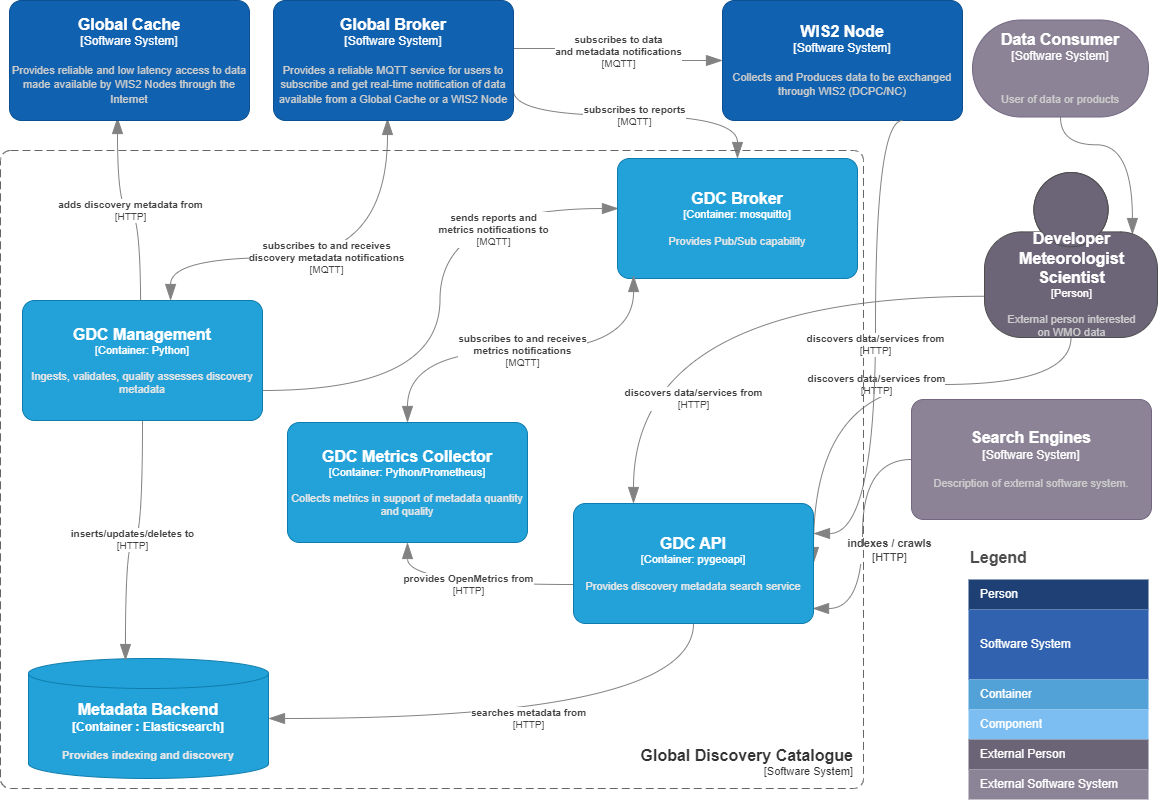
Above: docs/architecture/c4.container.png in wmo-im/wis2-gdc (draw.io), before the change. Source tidied: cells renumbered, new cells last; positions are measured from the earlier drawing's top-left corner, leaving out a move shared by most shapes.
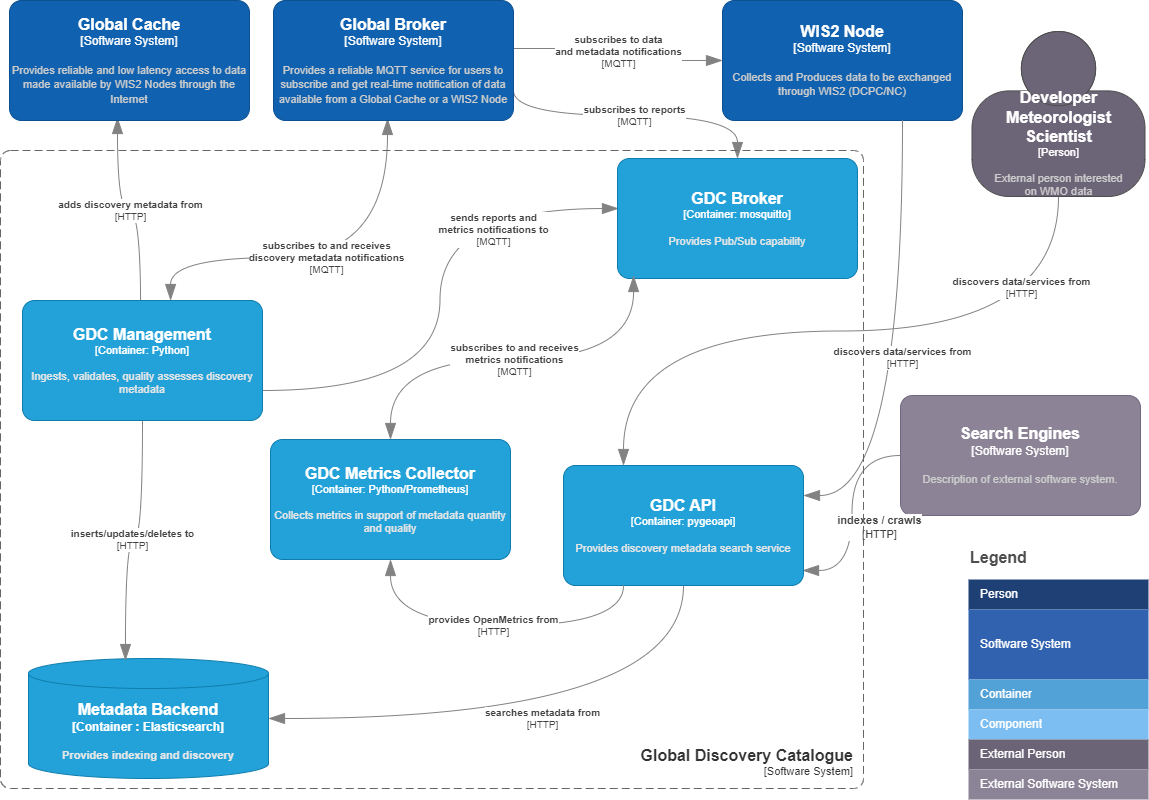
Above is the later version.

Commit message:
update architecture diagram

Diff of the diagram source:
```diff
@@ -2,21 +2,6 @@
   <root>
     <mxCell id="0" />
     <mxCell id="1" parent="0" />
-    <object id="2" label="&lt;font style=&quot;font-size: 16px&quot;&gt;&lt;b&gt;%c4Name%&lt;/b&gt;&lt;/font&gt;&lt;div&gt;[%c4Type%]&lt;/div&gt;&lt;br&gt;&lt;div&gt;&lt;font style=&quot;font-size: 11px&quot;&gt;&lt;font color=&quot;#cccccc&quot;&gt;%c4Description%&lt;/font&gt;&lt;/div&gt;" c4Description="&#10;User of data or products" c4Name="Data Consumer" c4Type="Software System" placeholders="1">
-      <mxCell style="rounded=1;whiteSpace=wrap;html=1;labelBackgroundColor=none;fillColor=#8C8496;fontColor=#ffffff;align=center;arcSize=50;strokeColor=#736782;points=[[0.25,0,0],[0.5,0,0],[0.75,0,0],[1,0.25,0],[1,0.5,0],[1,0.75,0],[0.75,1,0],[0.5,1,0],[0.25,1,0],[0,0.75,0],[0,0.5,0],[0,0.25,0]];" parent="1" vertex="1">
-        <mxGeometry x="972" y="19.5" width="176" height="97" as="geometry" />
-      </mxCell>
-    </object>
-    <object id="3" label="&lt;div style=&quot;text-align: left&quot;&gt;&lt;div style=&quot;text-align: center&quot;&gt;&lt;b&gt;%c4Description%&lt;/b&gt;&lt;/div&gt;&lt;div style=&quot;text-align: center&quot;&gt;[%c4Technology%]&lt;/div&gt;&lt;/div&gt;" c4Description="discovers data/services from" c4Technology="HTTP" c4Type="Relationship" placeholders="1">
-      <mxCell style="endArrow=blockThin;html=1;fontSize=10;fontColor=#404040;strokeWidth=1;endFill=1;strokeColor=#828282;elbow=vertical;endSize=14;startSize=14;jumpStyle=arc;jumpSize=16;rounded=0;edgeStyle=orthogonalEdgeStyle;curved=1;exitX=0.5;exitY=1;exitDx=0;exitDy=0;exitPerimeter=0;entryX=1;entryY=0.5;entryDx=0;entryDy=0;entryPerimeter=0;" parent="1" edge="1" source="29" target="25">
-        <mxGeometry relative="1" as="geometry">
-          <Array as="points">
-            <mxPoint x="1071" y="384" />
-            <mxPoint x="813" y="384" />
-          </Array>
-        </mxGeometry>
-      </mxCell>
-    </object>
     <mxCell id="4" value="Legend" style="align=left;fontSize=16;fontStyle=1;strokeColor=none;fillColor=none;fontColor=#4D4D4D;spacingTop=-8;" parent="1" vertex="1">
       <mxGeometry x="968" y="545" width="180" height="30" as="geometry" />
     </mxCell>
@@ -42,8 +27,8 @@
       <mxGeometry y="190" width="180" height="30" as="geometry" />
     </mxCell>
     <object id="12" label="&lt;div style=&quot;text-align: left&quot;&gt;&lt;div style=&quot;text-align: center&quot;&gt;&lt;b&gt;%c4Description%&lt;/b&gt;&lt;/div&gt;&lt;div style=&quot;text-align: center&quot;&gt;[%c4Technology%]&lt;/div&gt;&lt;/div&gt;" c4Description="discovers data/services from" c4Technology="HTTP" c4Type="Relationship" placeholders="1">
-      <mxCell style="endArrow=blockThin;html=1;fontSize=10;fontColor=#404040;strokeWidth=1;endFill=1;strokeColor=#828282;elbow=vertical;endSize=14;startSize=14;jumpStyle=arc;jumpSize=16;rounded=0;edgeStyle=orthogonalEdgeStyle;curved=1;exitX=0;exitY=0.75;exitDx=0;exitDy=0;exitPerimeter=0;entryX=0.25;entryY=0;entryDx=0;entryDy=0;entryPerimeter=0;" parent="1" edge="1" source="29" target="25">
-        <mxGeometry x="0.62" y="60" relative="1" as="geometry" />
+      <mxCell style="endArrow=blockThin;html=1;fontSize=10;fontColor=#404040;strokeWidth=1;endFill=1;strokeColor=#828282;elbow=vertical;endSize=14;startSize=14;jumpStyle=arc;jumpSize=16;rounded=0;edgeStyle=orthogonalEdgeStyle;curved=1;exitX=0.5;exitY=1;exitDx=0;exitDy=0;exitPerimeter=0;entryX=0.25;entryY=0;entryDx=0;entryDy=0;entryPerimeter=0;" parent="1" edge="1" source="29" target="25">
+        <mxGeometry x="-0.74" y="-37" relative="1" as="geometry" />
       </mxCell>
     </object>
     <object id="13" label="&lt;div style=&quot;text-align: left; font-size: 10px;&quot;&gt;&lt;div style=&quot;text-align: center; font-size: 10px;&quot;&gt;&lt;b style=&quot;font-size: 10px;&quot;&gt;%c4Description%&lt;/b&gt;&lt;/div&gt;&lt;div style=&quot;text-align: center; font-size: 10px;&quot;&gt;[%c4Technology%]&lt;/div&gt;&lt;/div&gt;" c4Description="adds discovery metadata from" c4Technology="HTTP" c4Type="Relationship" placeholders="1">
@@ -53,7 +38,7 @@
     </object>
     <object id="14" label="&lt;font style=&quot;font-size: 16px&quot;&gt;&lt;b&gt;%c4Name%&lt;/b&gt;&lt;/font&gt;&lt;div&gt;[%c4Type%]&lt;/div&gt;&lt;br&gt;&lt;div&gt;&lt;font style=&quot;font-size: 11px&quot;&gt;&lt;font color=&quot;#cccccc&quot;&gt;%c4Description%&lt;/font&gt;&lt;/div&gt;" c4Description="Description of external software system." c4Name="Search Engines" c4Type="Software System" placeholders="1">
       <mxCell style="rounded=1;whiteSpace=wrap;html=1;labelBackgroundColor=none;fillColor=#8C8496;fontColor=#ffffff;align=center;arcSize=10;strokeColor=#736782;points=[[0.25,0,0],[0.5,0,0],[0.75,0,0],[1,0.25,0],[1,0.5,0],[1,0.75,0],[0.75,1,0],[0.5,1,0],[0.25,1,0],[0,0.75,0],[0,0.5,0],[0,0.25,0]];" parent="1" vertex="1">
-        <mxGeometry x="911" y="399" width="240" height="120" as="geometry" />
+        <mxGeometry x="900" y="395" width="240" height="120" as="geometry" />
       </mxCell>
     </object>
     <object id="15" label="&lt;div style=&quot;text-align: left; font-size: 11px;&quot;&gt;&lt;div style=&quot;text-align: center; font-size: 11px;&quot;&gt;&lt;b style=&quot;font-size: 11px;&quot;&gt;%c4Description%&lt;/b&gt;&lt;/div&gt;&lt;div style=&quot;text-align: center; font-size: 11px;&quot;&gt;[%c4Technology%]&lt;/div&gt;&lt;/div&gt;" c4Description="indexes / crawls" c4Technology="HTTP" c4Type="Relationship" placeholders="1">
@@ -93,12 +78,7 @@
     </object>
     <object id="21" label="&lt;div style=&quot;text-align: left&quot;&gt;&lt;div style=&quot;text-align: center&quot;&gt;&lt;b&gt;%c4Description%&lt;/b&gt;&lt;/div&gt;&lt;div style=&quot;text-align: center&quot;&gt;[%c4Technology%]&lt;/div&gt;&lt;/div&gt;" c4Description="discovers data/services from" c4Technology="HTTP" c4Type="Relationship" placeholders="1">
       <mxCell style="endArrow=blockThin;html=1;fontSize=10;fontColor=#404040;strokeWidth=1;endFill=1;strokeColor=#828282;elbow=vertical;endSize=14;startSize=14;jumpStyle=arc;jumpSize=16;rounded=0;edgeStyle=orthogonalEdgeStyle;exitX=0.75;exitY=1;exitDx=0;exitDy=0;exitPerimeter=0;entryX=1;entryY=0.25;entryDx=0;entryDy=0;entryPerimeter=0;curved=1;" parent="1" edge="1" source="20" target="25">
-        <mxGeometry relative="1" as="geometry">
-          <Array as="points">
-            <mxPoint x="875" y="120" />
-            <mxPoint x="875" y="533" />
-          </Array>
-        </mxGeometry>
+        <mxGeometry relative="1" as="geometry" />
       </mxCell>
     </object>
     <object id="22" label="&lt;div style=&quot;text-align: left&quot;&gt;&lt;div style=&quot;text-align: center&quot;&gt;&lt;b&gt;%c4Description%&lt;/b&gt;&lt;/div&gt;&lt;div style=&quot;text-align: center&quot;&gt;[%c4Technology%]&lt;/div&gt;&lt;/div&gt;" c4Description="subscribes to data&#10;and metadata notifications" c4Technology="MQTT" c4Type="Relationship" placeholders="1">
@@ -123,7 +103,7 @@
     </object>
     <object id="25" label="&lt;font style=&quot;font-size: 16px&quot;&gt;&lt;b&gt;%c4Name%&lt;/b&gt;&lt;/font&gt;&lt;div&gt;[%c4Type%: %c4Technology%]&lt;/div&gt;&lt;br&gt;&lt;div&gt;&lt;font style=&quot;font-size: 11px&quot;&gt;&lt;font color=&quot;#E6E6E6&quot;&gt;%c4Description%&lt;/font&gt;&lt;/div&gt;" c4Description="Provides discovery metadata search service" c4Name="GDC API" c4Technology="pygeoapi" c4Type="Container" placeholders="1">
       <mxCell style="rounded=1;whiteSpace=wrap;html=1;fontSize=11;labelBackgroundColor=none;fillColor=#23A2D9;fontColor=#ffffff;align=center;arcSize=10;strokeColor=#0E7DAD;points=[[0.25,0,0],[0.5,0,0],[0.75,0,0],[1,0.25,0],[1,0.5,0],[1,0.75,0],[0.75,1,0],[0.5,1,0],[0.25,1,0],[0,0.75,0],[0,0.5,0],[0,0.25,0]];" parent="1" vertex="1">
-        <mxGeometry x="573" y="503" width="240" height="120" as="geometry" />
+        <mxGeometry x="563" y="465" width="240" height="120" as="geometry" />
       </mxCell>
     </object>
     <object id="26" label="&lt;font style=&quot;font-size: 16px&quot;&gt;&lt;b&gt;%c4Name%&lt;/b&gt;&lt;/font&gt;&lt;div&gt;[%c4Type%]&lt;/div&gt;&lt;br&gt;&lt;div&gt;&lt;font style=&quot;font-size: 11px&quot;&gt;&lt;font color=&quot;#cccccc&quot;&gt;%c4Description%&lt;/font&gt;&lt;/div&gt;" c4Description="Provides a reliable MQTT service for users to subscribe and get real-time notification of data available from a Global Cache or a WIS2 Node" c4Name="Global Broker" c4Type="Software System" placeholders="1">
@@ -136,12 +116,9 @@
         <mxGeometry y="150" width="863" height="638" as="geometry" />
       </mxCell>
     </object>
-    <mxCell id="28" style="endArrow=blockThin;html=1;fontSize=10;fontColor=#404040;strokeWidth=1;endFill=1;strokeColor=#828282;elbow=vertical;endSize=14;startSize=14;jumpStyle=arc;jumpSize=16;rounded=0;edgeStyle=orthogonalEdgeStyle;curved=1;exitX=0.5;exitY=1;exitDx=0;exitDy=0;exitPerimeter=0;entryX=0.855;entryY=0.376;entryDx=0;entryDy=0;entryPerimeter=0;" parent="1" edge="1" source="2" target="29">
-      <mxGeometry relative="1" as="geometry" />
-    </mxCell>
     <object id="29" label="&lt;font style=&quot;font-size: 16px&quot;&gt;&lt;b&gt;%c4Name%&lt;/b&gt;&lt;/font&gt;&lt;div&gt;[%c4Type%]&lt;/div&gt;&lt;br&gt;&lt;div&gt;&lt;font style=&quot;font-size: 11px&quot;&gt;&lt;font color=&quot;#cccccc&quot;&gt;%c4Description%&lt;/font&gt;&lt;/div&gt;" c4Description="External person interested &#10;on WMO data" c4Name="Developer &#10;Meteorologist &#10;Scientist" c4Type="Person" placeholders="1">
       <mxCell style="html=1;fontSize=11;dashed=0;whitespace=wrap;fillColor=#6C6477;strokeColor=#4D4D4D;fontColor=#ffffff;shape=mxgraph.c4.person2;align=center;points=[[0.5,0,0],[1,0.5,0],[1,0.75,0],[0.75,1,0],[0.5,1,0],[0.25,1,0],[0,0.75,0],[0,0.5,0]];" parent="1" vertex="1">
-        <mxGeometry x="984" y="172" width="173" height="165" as="geometry" />
+        <mxGeometry x="971.5" y="31" width="173" height="165" as="geometry" />
       </mxCell>
     </object>
     <object id="30" label="&lt;font style=&quot;font-size: 16px&quot;&gt;&lt;b&gt;%c4Name%&lt;/b&gt;&lt;/font&gt;&lt;div&gt;[%c4Type%]&lt;/div&gt;&lt;br&gt;&lt;div&gt;&lt;font style=&quot;font-size: 11px&quot;&gt;&lt;font color=&quot;#cccccc&quot;&gt;%c4Description%&lt;/font&gt;&lt;/div&gt;" c4Description="Provides reliable and low latency access to data made available by WIS2 Nodes through the Internet " c4Name="Global Cache" c4Type="Software System" placeholders="1">
@@ -161,12 +138,17 @@
     </object>
     <object id="33" label="&lt;font style=&quot;font-size: 16px&quot;&gt;&lt;b&gt;%c4Name%&lt;/b&gt;&lt;/font&gt;&lt;div&gt;[%c4Type%: %c4Technology%]&lt;/div&gt;&lt;br&gt;&lt;div&gt;&lt;font style=&quot;font-size: 11px&quot;&gt;&lt;font color=&quot;#E6E6E6&quot;&gt;%c4Description%&lt;/font&gt;&lt;/div&gt;" c4Description="Collects metrics in support of metadata quantity and quality" c4Name="GDC Metrics Collector" c4Technology="Python/Prometheus" c4Type="Container" placeholders="1">
       <mxCell style="rounded=1;whiteSpace=wrap;html=1;fontSize=11;labelBackgroundColor=none;fillColor=#23A2D9;fontColor=#ffffff;align=center;arcSize=10;strokeColor=#0E7DAD;points=[[0.25,0,0],[0.5,0,0],[0.75,0,0],[1,0.25,0],[1,0.5,0],[1,0.75,0],[0.75,1,0],[0.5,1,0],[0.25,1,0],[0,0.75,0],[0,0.5,0],[0,0.25,0]];" parent="1" vertex="1">
-        <mxGeometry x="287" y="422" width="240" height="120" as="geometry" />
+        <mxGeometry x="270" y="439" width="240" height="120" as="geometry" />
       </mxCell>
     </object>
     <object id="34" label="&lt;div style=&quot;text-align: left&quot;&gt;&lt;div style=&quot;text-align: center&quot;&gt;&lt;b&gt;%c4Description%&lt;/b&gt;&lt;/div&gt;&lt;div style=&quot;text-align: center&quot;&gt;[%c4Technology%]&lt;/div&gt;&lt;/div&gt;" c4Description="provides OpenMetrics from" c4Technology="HTTP" c4Type="Relationship" placeholders="1">
-      <mxCell style="endArrow=blockThin;html=1;fontSize=10;fontColor=#404040;strokeWidth=1;endFill=1;strokeColor=#828282;elbow=vertical;endSize=14;startSize=14;jumpStyle=arc;jumpSize=16;rounded=0;edgeStyle=orthogonalEdgeStyle;exitX=-0.004;exitY=0.675;exitDx=0;exitDy=0;exitPerimeter=0;entryX=0.5;entryY=1;entryDx=0;entryDy=0;entryPerimeter=0;curved=1;" parent="1" edge="1" source="25" target="33">
-        <mxGeometry relative="1" as="geometry" />
+      <mxCell style="endArrow=blockThin;html=1;fontSize=10;fontColor=#404040;strokeWidth=1;endFill=1;strokeColor=#828282;elbow=vertical;endSize=14;startSize=14;jumpStyle=arc;jumpSize=16;rounded=0;edgeStyle=orthogonalEdgeStyle;exitX=0.25;exitY=1;exitDx=0;exitDy=0;exitPerimeter=0;entryX=0.5;entryY=1;entryDx=0;entryDy=0;entryPerimeter=0;curved=1;" parent="1" edge="1" source="25" target="33">
+        <mxGeometry relative="1" as="geometry">
+          <Array as="points">
+            <mxPoint x="623" y="625" />
+            <mxPoint x="390" y="625" />
+          </Array>
+        </mxGeometry>
       </mxCell>
     </object>
     <object id="35" label="&lt;div style=&quot;text-align: left&quot;&gt;&lt;div style=&quot;text-align: center&quot;&gt;&lt;b&gt;%c4Description%&lt;/b&gt;&lt;/div&gt;&lt;div style=&quot;text-align: center&quot;&gt;[%c4Technology%]&lt;/div&gt;&lt;/div&gt;" c4Description="subscribes to and receives&#10;metrics notifications" c4Technology="MQTT" c4Type="Relationship" placeholders="1">
```
